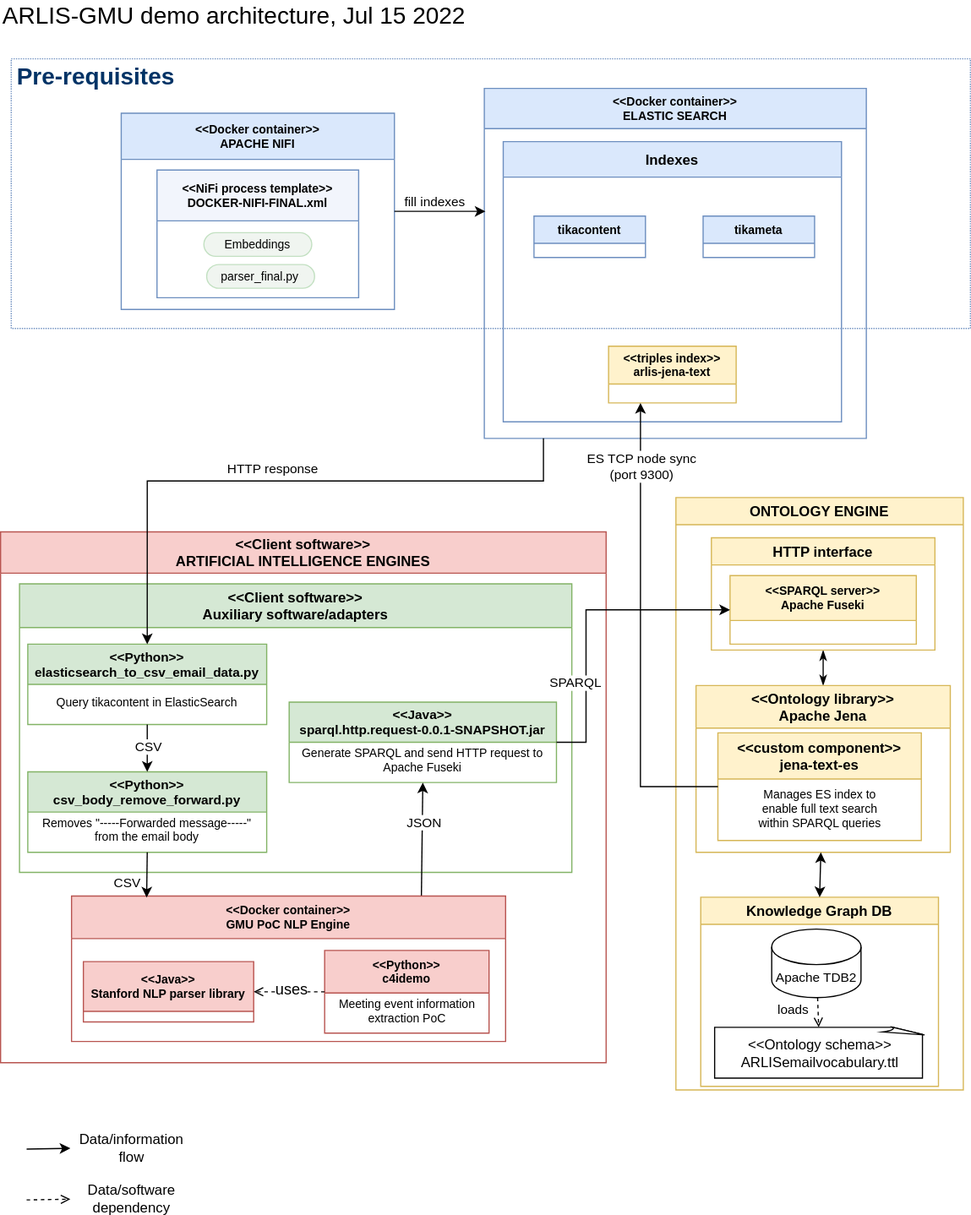
amirmghaemi/tika-document-ingest keeps this draw.io diagram as GMU_Demo_Architecture_Block.svg. Above is the earlier version. Source tidied: cells renumbered, new cells last; positions are measured from the earlier drawing's top-left corner, leaving out a move shared by most shapes.
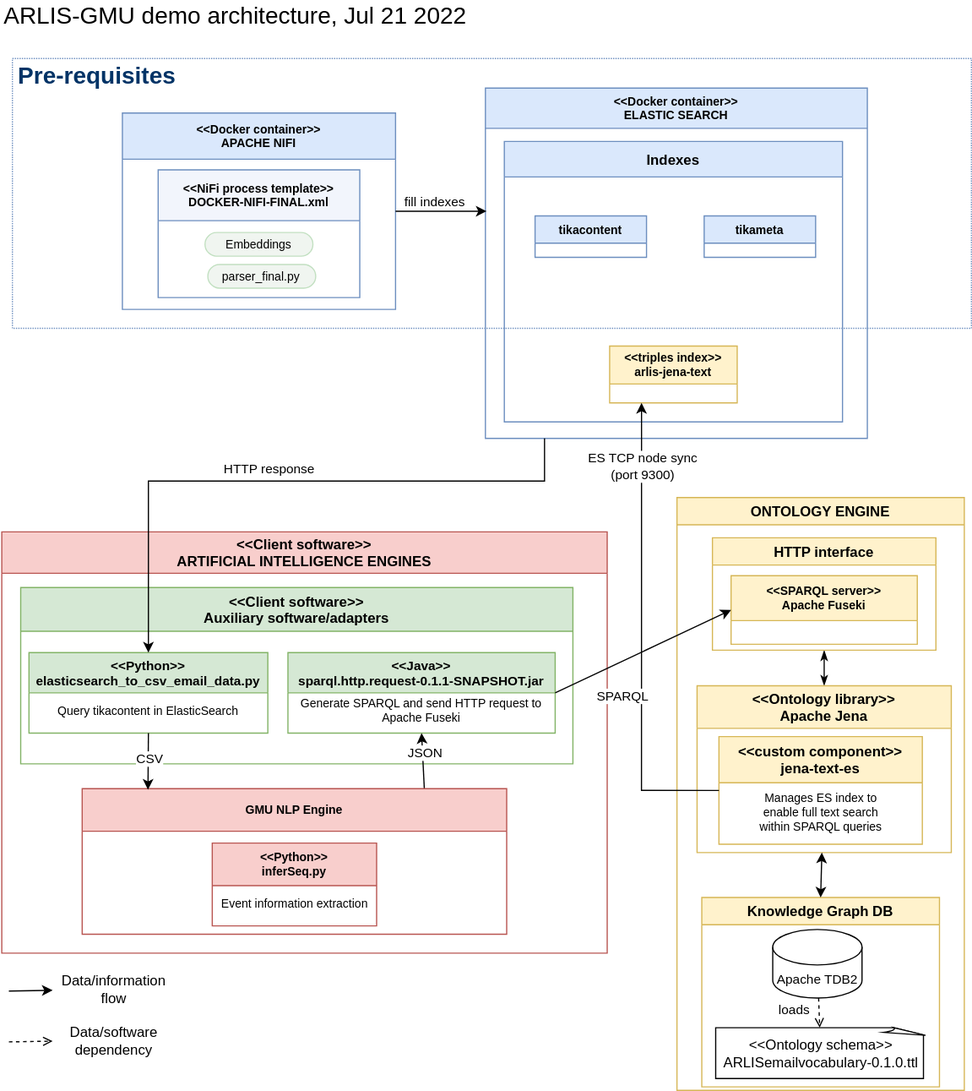
Later version of the same file.

Commit message:
Updated the demo architecture diagrams to reflect the new NLP and SPARQL components, and also uploaded a general conceptual system architecture (communication diagram).

What changed in the source:
```diff
@@ -42,7 +42,7 @@
       <mxGeometry x="17" y="159" width="215" height="141" as="geometry" />
     </mxCell>
     <mxCell id="15" value="&lt;&lt;custom component&gt;&gt;&#10;jena-text-es" style="swimlane;fillColor=#fff2cc;strokeColor=#d6b656;gradientDirection=east;startSize=39;" parent="14" vertex="1">
-      <mxGeometry x="18.5" y="40" width="172" height="91" as="geometry" />
+      <mxGeometry x="18.5" y="43" width="172" height="91" as="geometry" />
     </mxCell>
     <mxCell id="16" value="Manages ES index to enable full text search within SPARQL queries" style="text;html=1;strokeColor=none;fillColor=none;align=center;verticalAlign=middle;whiteSpace=wrap;rounded=0;fontSize=10;fontColor=#000000;" parent="15" vertex="1">
       <mxGeometry x="23" y="40" width="126" height="47" as="geometry" />
@@ -62,38 +62,26 @@
     <mxCell id="21" value="&lt;font style=&quot;font-size: 11px;&quot;&gt;Apache TDB2&lt;/font&gt;" style="shape=cylinder3;whiteSpace=wrap;html=1;boundedLbl=1;backgroundOutline=1;size=15;fontSize=11;" parent="19" vertex="1">
       <mxGeometry x="60" y="27" width="75.5" height="58" as="geometry" />
     </mxCell>
-    <mxCell id="22" value="&lt;h2 style=&quot;font-size: 12px;&quot; aria-describedby=&quot;tooltip_ekzpl711wz&quot; class=&quot;app-sidebar-header__maintitle has-tooltip&quot; data-v-6add9d65=&quot;&quot;&gt;&lt;font style=&quot;font-weight: normal; font-size: 12px; line-height: 1;&quot;&gt;&amp;lt;&amp;lt;Ontology schema&amp;gt;&amp;gt;&lt;br&gt;ARLISemailvocabulary.ttl&lt;/font&gt;&lt;br&gt;&#9;&#9;&#9;&#9;&#9;&#9;&lt;/h2&gt;" style="whiteSpace=wrap;html=1;shape=mxgraph.basic.document;fontSize=13;" parent="19" vertex="1">
+    <mxCell id="22" value="&lt;h2 style=&quot;font-size: 12px;&quot; aria-describedby=&quot;tooltip_ekzpl711wz&quot; class=&quot;app-sidebar-header__maintitle has-tooltip&quot; data-v-6add9d65=&quot;&quot;&gt;&lt;font style=&quot;font-weight: normal; font-size: 12px; line-height: 1;&quot;&gt;&amp;lt;&amp;lt;Ontology schema&amp;gt;&amp;gt;&lt;br&gt;ARLISemailvocabulary-0.1.0.ttl&lt;/font&gt;&lt;br&gt;&#9;&#9;&#9;&#9;&#9;&#9;&lt;/h2&gt;" style="whiteSpace=wrap;html=1;shape=mxgraph.basic.document;fontSize=13;" parent="19" vertex="1">
       <mxGeometry x="11.8" y="110" width="177.5" height="43" as="geometry" />
     </mxCell>
     <mxCell id="23" style="rounded=0;jettySize=auto;html=1;entryX=0.5;entryY=0;entryDx=0;entryDy=0;fontSize=14;endArrow=classic;endFill=1;startArrow=classic;startFill=1;" parent="12" edge="1" source="14" target="19">
       <mxGeometry relative="1" as="geometry" />
     </mxCell>
     <mxCell id="24" value="&lt;&lt;Client software&gt;&gt;&#10;ARTIFICIAL INTELLIGENCE ENGINES" style="swimlane;fontSize=12;strokeColor=#b85450;strokeWidth=1;fillColor=#f8cecc;startSize=35;" parent="1" vertex="1">
-      <mxGeometry y="448" width="512" height="449" as="geometry" />
+      <mxGeometry y="448" width="512" height="356" as="geometry" />
     </mxCell>
     <mxCell id="25" value="&lt;&lt;Client software&gt;&gt;&#10;Auxiliary software/adapters" style="swimlane;fontSize=12;fillColor=#d5e8d4;strokeColor=#82b366;startSize=37;" parent="24" vertex="1">
-      <mxGeometry x="16" y="44" width="467" height="244" as="geometry" />
+      <mxGeometry x="16" y="47" width="467" height="149" as="geometry" />
     </mxCell>
     <mxCell id="26" value="&lt;&lt;Python&gt;&gt;&#10;elasticsearch_to_csv_email_data.py" style="swimlane;fontSize=11;fillColor=#d5e8d4;startSize=34;strokeColor=#82b366;" parent="25" vertex="1">
-      <mxGeometry x="7" y="51" width="202" height="68" as="geometry" />
+      <mxGeometry x="7" y="55" width="202" height="68" as="geometry" />
     </mxCell>
     <mxCell id="27" value="Query tikacontent in ElasticSearch" style="text;html=1;strokeColor=none;fillColor=none;align=center;verticalAlign=middle;whiteSpace=wrap;rounded=0;fontSize=10;fontColor=#000000;" parent="26" vertex="1">
       <mxGeometry x="16" y="34" width="170" height="30" as="geometry" />
     </mxCell>
-    <mxCell id="28" value="&lt;&lt;Python&gt;&gt;&#10;csv_body_remove_forward.py" style="swimlane;fontSize=11;fillColor=#d5e8d4;startSize=34;strokeColor=#82b366;" parent="25" vertex="1">
-      <mxGeometry x="7" y="159" width="202" height="68" as="geometry" />
-    </mxCell>
-    <mxCell id="29" value="Removes &quot;-----Forwarded message-----&quot; from the email body" style="text;html=1;strokeColor=none;fillColor=none;align=center;verticalAlign=middle;whiteSpace=wrap;rounded=0;fontSize=10;fontColor=#000000;" parent="28" vertex="1">
-      <mxGeometry x="6" y="34" width="190" height="30" as="geometry" />
-    </mxCell>
-    <mxCell id="30" style="edgeStyle=none;rounded=0;jettySize=auto;html=1;fontSize=11;fontColor=#000000;startArrow=none;startFill=0;endArrow=classic;endFill=1;entryX=0.5;entryY=0;entryDx=0;entryDy=0;" parent="25" edge="1" source="26" target="28">
-      <mxGeometry relative="1" as="geometry" />
-    </mxCell>
-    <mxCell id="31" value="CSV" style="edgeLabel;html=1;align=center;verticalAlign=middle;fontSize=11;fontColor=#000000;" parent="30" vertex="1">
-      <mxGeometry x="-0.1" relative="1" as="geometry" />
-    </mxCell>
-    <mxCell id="32" value="&lt;&lt;Java&gt;&gt;&#10;sparql.http.request-0.0.1-SNAPSHOT.jar" style="swimlane;fontSize=11;fillColor=#d5e8d4;startSize=34;strokeColor=#82b366;" parent="25" vertex="1">
-      <mxGeometry x="228" y="100" width="226" height="68" as="geometry" />
+    <mxCell id="32" value="&lt;&lt;Java&gt;&gt;&#10;sparql.http.request-0.1.1-SNAPSHOT.jar" style="swimlane;fontSize=11;fillColor=#d5e8d4;startSize=34;strokeColor=#82b366;" parent="25" vertex="1">
+      <mxGeometry x="226" y="55" width="226" height="68" as="geometry" />
     </mxCell>
     <mxCell id="33" value="Generate SPARQL and send HTTP request to Apache Fuseki" style="text;html=1;strokeColor=none;fillColor=none;align=center;verticalAlign=middle;whiteSpace=wrap;rounded=0;fontSize=10;fontColor=#000000;" parent="32" vertex="1">
       <mxGeometry x="6" y="34" width="214" height="30" as="geometry" />
@@ -104,29 +92,21 @@
     <mxCell id="35" value="JSON" style="edgeLabel;html=1;align=center;verticalAlign=middle;fontSize=11;fontColor=#000000;" parent="34" vertex="1">
       <mxGeometry x="0.31" y="-1" relative="1" as="geometry" />
     </mxCell>
-    <mxCell id="36" value="&lt;&lt;Docker container&gt;&gt;&#10;GMU PoC NLP Engine" style="swimlane;fontSize=10;strokeColor=#b85450;strokeWidth=1;fillColor=#f8cecc;gradientDirection=east;startSize=36;" parent="24" vertex="1">
-      <mxGeometry x="60" y="308" width="367" height="123" as="geometry" />
+    <mxCell id="36" value="GMU NLP Engine" style="swimlane;fontSize=10;strokeColor=#b85450;strokeWidth=1;fillColor=#f8cecc;gradientDirection=east;startSize=36;" parent="24" vertex="1">
+      <mxGeometry x="68" y="217" width="359" height="123" as="geometry" />
     </mxCell>
-    <mxCell id="37" value="&lt;&lt;Python&gt;&gt;&#10;c4idemo" style="swimlane;fontSize=10;strokeColor=#b85450;strokeWidth=1;fillColor=#f8cecc;gradientDirection=east;startSize=36;" parent="36" vertex="1">
-      <mxGeometry x="214" y="46" width="139" height="70" as="geometry" />
+    <mxCell id="37" value="&lt;&lt;Python&gt;&gt;&#10;inferSeq.py" style="swimlane;fontSize=10;strokeColor=#b85450;strokeWidth=1;fillColor=#f8cecc;gradientDirection=east;startSize=36;" parent="36" vertex="1">
+      <mxGeometry x="110" y="46" width="139" height="70" as="geometry" />
     </mxCell>
-    <mxCell id="38" value="Meeting event information extraction PoC" style="text;html=1;strokeColor=none;fillColor=none;align=center;verticalAlign=middle;whiteSpace=wrap;rounded=0;fontSize=10;fontColor=#000000;" parent="37" vertex="1">
+    <mxCell id="38" value="Event information extraction" style="text;html=1;strokeColor=none;fillColor=none;align=center;verticalAlign=middle;whiteSpace=wrap;rounded=0;fontSize=10;fontColor=#000000;" parent="37" vertex="1">
       <mxGeometry x="7" y="36" width="126" height="30" as="geometry" />
     </mxCell>
-    <mxCell id="39" value="&lt;&lt;Java&gt;&gt;&#10;Stanford NLP parser library" style="swimlane;fontSize=10;strokeColor=#b85450;strokeWidth=1;fillColor=#f8cecc;gradientDirection=east;startSize=42;" parent="36" vertex="1">
-      <mxGeometry x="10" y="55.5" width="144" height="51" as="geometry" />
-    </mxCell>
-    <mxCell id="40" value="&lt;font style=&quot;font-size: 13px;&quot; color=&quot;#000000&quot;&gt;uses&lt;/font&gt;" style="edgeStyle=none;rounded=0;jettySize=auto;html=1;fontSize=20;fontColor=#003366;startArrow=none;startFill=0;endArrow=open;endFill=0;exitX=0;exitY=0.5;exitDx=0;exitDy=0;entryX=1;entryY=0.5;entryDx=0;entryDy=0;dashed=1;" parent="36" edge="1" source="37" target="39">
-      <mxGeometry x="-0.06" y="-5" relative="1" as="geometry" />
-    </mxCell>
-    <mxCell id="41" style="edgeStyle=none;rounded=0;jettySize=auto;html=1;entryX=0.173;entryY=0.01;entryDx=0;entryDy=0;fontSize=11;fontColor=#000000;startArrow=none;startFill=0;endArrow=classic;endFill=1;exitX=0.5;exitY=1;exitDx=0;exitDy=0;entryPerimeter=0;" parent="24" edge="1" source="28" target="36">
-      <mxGeometry relative="1" as="geometry" />
-    </mxCell>
-    <mxCell id="42" value="CSV" style="edgeLabel;html=1;align=center;verticalAlign=middle;fontSize=11;fontColor=#000000;" parent="41" vertex="1">
-      <mxGeometry x="-0.16" y="-1" relative="1" as="geometry">
-        <mxPoint x="-16" y="10" as="offset" />
-      </mxGeometry>
-    </mxCell>
+    <mxCell id="30" style="edgeStyle=none;rounded=0;jettySize=auto;html=1;fontSize=11;fontColor=#000000;startArrow=none;startFill=0;endArrow=classic;endFill=1;entryX=0.155;entryY=0.007;entryDx=0;entryDy=0;entryPerimeter=0;exitX=0.5;exitY=1;exitDx=0;exitDy=0;" parent="24" edge="1" source="26" target="36">
+      <mxGeometry relative="1" as="geometry" />
+    </mxCell>
+    <mxCell id="31" value="CSV" style="edgeLabel;html=1;align=center;verticalAlign=middle;fontSize=11;fontColor=#000000;" parent="30" vertex="1">
+      <mxGeometry x="-0.1" relative="1" as="geometry" />
+    </mxCell>
     <mxCell id="43" value="Pre-requisites&amp;nbsp;" style="text;strokeColor=none;fillColor=none;html=1;fontSize=20;fontStyle=1;verticalAlign=middle;align=center;fontColor=#003366;" parent="1" vertex="1">
       <mxGeometry x="11" y="48" width="144" height="28" as="geometry" />
     </mxCell>
@@ -140,7 +120,7 @@
         <mxPoint x="1" y="-9" as="offset" />
       </mxGeometry>
     </mxCell>
-    <mxCell id="46" value="ARLIS-GMU demo architecture, Jul 15 2022&amp;nbsp;" style="text;strokeColor=none;fillColor=none;html=1;fontSize=20;fontStyle=0;verticalAlign=middle;align=left;" parent="1" vertex="1">
+    <mxCell id="46" value="ARLIS-GMU demo architecture, Jul 21 2022&amp;nbsp;" style="text;strokeColor=none;fillColor=none;html=1;fontSize=20;fontStyle=0;verticalAlign=middle;align=left;" parent="1" vertex="1">
       <mxGeometry width="377" height="22" as="geometry" />
     </mxCell>
     <mxCell id="47" style="rounded=0;jettySize=auto;html=1;fontSize=11;fontColor=#003366;startArrow=classic;startFill=1;endArrow=none;endFill=0;exitX=0.5;exitY=0;exitDx=0;exitDy=0;edgeStyle=orthogonalEdgeStyle;" parent="1" edge="1" source="26">
@@ -167,27 +147,22 @@
     </mxCell>
     <mxCell id="51" style="endArrow=classic;html=1;rounded=0;fontSize=12;fontColor=#000000;" parent="1" edge="1" target="52">
       <mxGeometry relative="1" as="geometry">
-        <mxPoint x="22" y="970" as="sourcePoint" />
+        <mxPoint x="6" y="836" as="sourcePoint" />
       </mxGeometry>
     </mxCell>
     <mxCell id="52" value="Data/information flow" style="text;html=1;strokeColor=none;fillColor=none;align=center;verticalAlign=middle;whiteSpace=wrap;rounded=0;fontSize=12;fontColor=#000000;" parent="1" vertex="1">
-      <mxGeometry x="59" y="955" width="104" height="27" as="geometry" />
+      <mxGeometry x="43" y="821" width="104" height="27" as="geometry" />
     </mxCell>
     <mxCell id="53" style="endArrow=open;html=1;rounded=0;fontSize=12;fontColor=#000000;dashed=1;endFill=0;" parent="1" edge="1" target="54">
       <mxGeometry relative="1" as="geometry">
-        <mxPoint x="22" y="1013" as="sourcePoint" />
+        <mxPoint x="6" y="879" as="sourcePoint" />
       </mxGeometry>
     </mxCell>
     <mxCell id="54" value="Data/software dependency" style="text;html=1;strokeColor=none;fillColor=none;align=center;verticalAlign=middle;whiteSpace=wrap;rounded=0;fontSize=12;fontColor=#000000;" parent="1" vertex="1">
-      <mxGeometry x="59" y="998" width="104" height="27" as="geometry" />
+      <mxGeometry x="43" y="864" width="104" height="27" as="geometry" />
     </mxCell>
-    <mxCell id="55" style="rounded=0;jettySize=auto;html=1;entryX=0;entryY=0.5;entryDx=0;entryDy=0;fontSize=11;fontColor=#000000;startArrow=none;startFill=0;endArrow=classic;endFill=1;exitX=1;exitY=0.5;exitDx=0;exitDy=0;edgeStyle=orthogonalEdgeStyle;" parent="1" edge="1" source="32" target="18">
-      <mxGeometry relative="1" as="geometry">
-        <Array as="points">
-          <mxPoint x="495" y="626" />
-          <mxPoint x="495" y="514" />
-        </Array>
-      </mxGeometry>
+    <mxCell id="55" style="rounded=0;jettySize=auto;html=1;entryX=0;entryY=0.5;entryDx=0;entryDy=0;fontSize=11;fontColor=#000000;startArrow=none;startFill=0;endArrow=classic;endFill=1;exitX=1;exitY=0.5;exitDx=0;exitDy=0;" parent="1" edge="1" source="32" target="18">
+      <mxGeometry relative="1" as="geometry" />
     </mxCell>
     <mxCell id="56" value="SPARQL" style="edgeLabel;html=1;align=center;verticalAlign=middle;fontSize=11;fontColor=#000000;" parent="55" vertex="1">
       <mxGeometry x="-0.14" y="3" relative="1" as="geometry">
```
